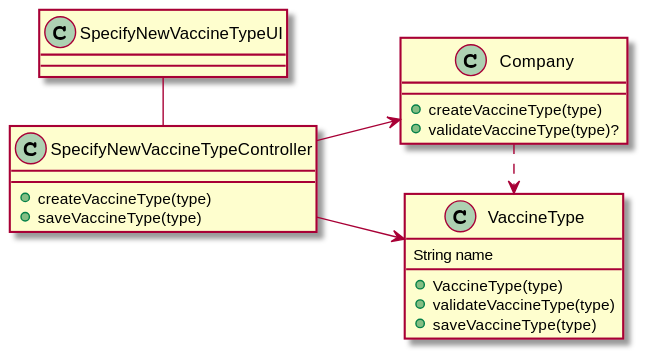
Earlier version of the PlantUML export docs/SprintB/US003/US003_CD.svg (Pirussa/lei-22-s2-1da-g02).
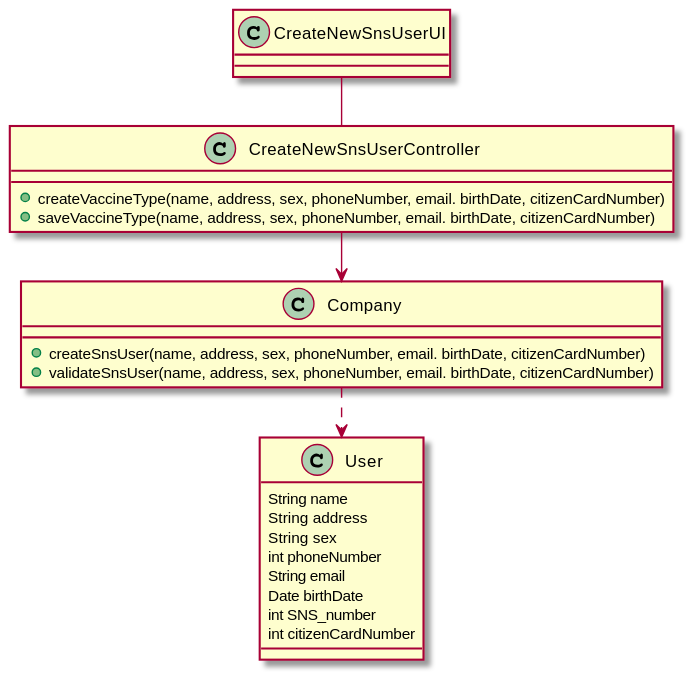
After the change.

Commit message:
US003 - Some adjustments of the User Story md US012 - Updates causing by client's new information

The edit, as a diff of the source:
```diff
@@ -1,29 +1,33 @@
 @startuml
 
 class Company {
-+createVaccineType(type)
-+validateVaccineType(type)?
++createSnsUser(name, address, sex, phoneNumber, email. birthDate, citizenCardNumber)
++validateSnsUser(name, address, sex, phoneNumber, email. birthDate, citizenCardNumber)
 }
 
-class SpecifyNewVaccineTypeUI
-
-class SpecifyNewVaccineTypeController{
-+createVaccineType(type)
-+saveVaccineType(type)
+class User {
+String name
+String address
+String sex
+int phoneNumber
+String email
+Date birthDate
+int SNS_number
+int citizenCardNumber
 }
 
-class VaccineType {
-String name
-+VaccineType(type)
-+validateVaccineType(type)
-+saveVaccineType(type)
+class CreateNewSnsUserUI
+
+class CreateNewSnsUserController{
++createVaccineType(name, address, sex, phoneNumber, email. birthDate, citizenCardNumber)
++saveVaccineType(name, address, sex, phoneNumber, email. birthDate, citizenCardNumber)
 }
+
 
 left to right direction
 
-SpecifyNewVaccineTypeUI - SpecifyNewVaccineTypeController
-SpecifyNewVaccineTypeController --> Company
-Company .> VaccineType
-SpecifyNewVaccineTypeController -> VaccineType
+CreateNewSnsUserUI - CreateNewSnsUserController
+CreateNewSnsUserController -> Company
+Company .> User
 
 @enduml
```
